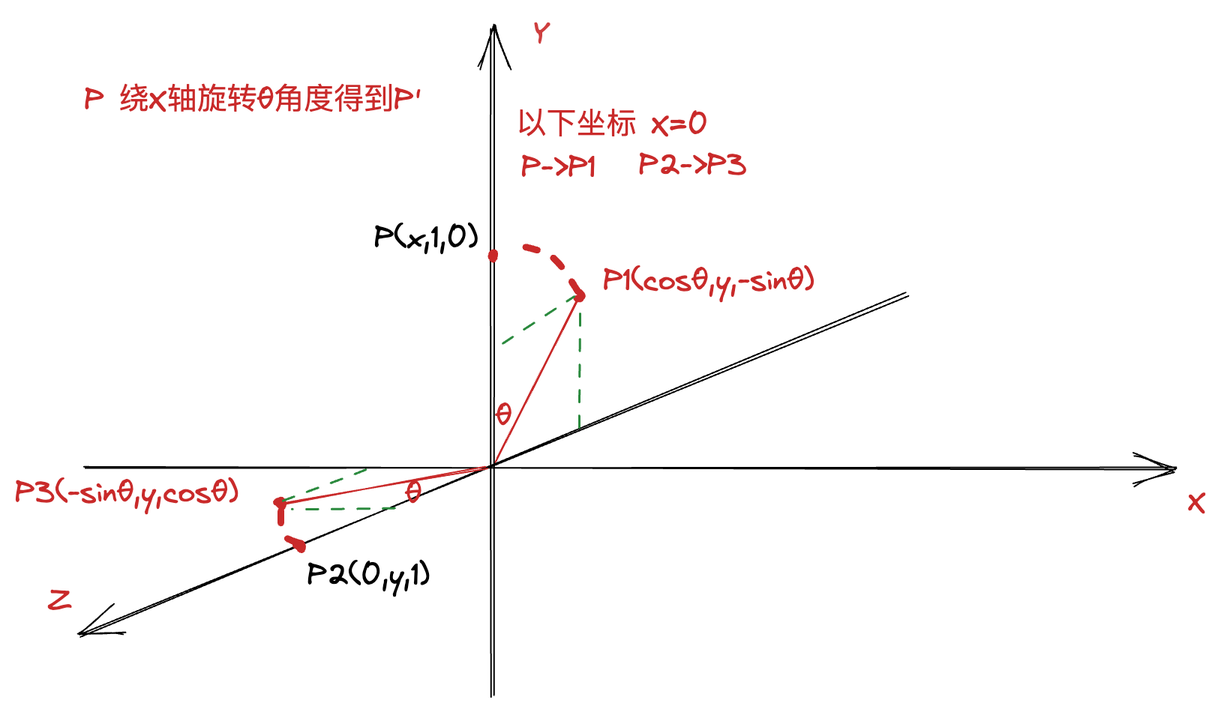
The Excalidraw diagram pa1/doc/右手坐标系_P绕Y轴旋转θ得到P'.png in FireHappy/ylq-graphic-learning, before a commit. Source tidied: one line per element, renumbered; positions are measured from the earlier drawing's top-left corner, leaving out a move shared by most shapes.
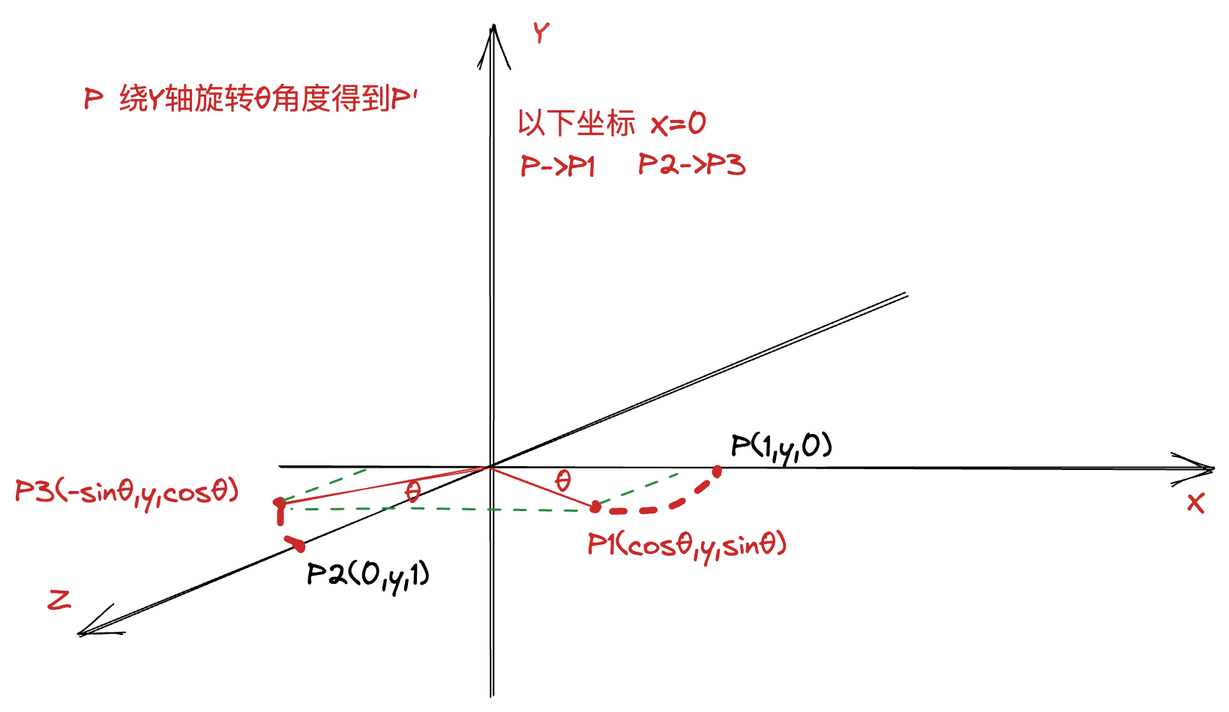
The same file after the commit.

The edit, as a diff of the source:
```diff
@@ -1,28 +1,28 @@
 {"id": 0, "type": "text", "text": "Y", "strokeColor": "#c92a2a", "strokeWidth": 1, "roughness": 1, "opacity": 90, "fontSize": 20, "fontFamily": 1, "x": 346, "y": 0, "width": 10, "height": 25}
-{"id": 1, "type": "arrow", "strokeColor": "#000000", "strokeWidth": 1, "roughness": 1, "endArrowhead": "arrow", "from": 27, "to": 7, "x": 46, "y": 302, "width": 727, "height": 0, "points": [[0, 0], [727, 0]]}
+{"id": 1, "type": "arrow", "strokeColor": "#000000", "strokeWidth": 1, "roughness": 1, "endArrowhead": "arrow", "from": 27, "to": 7, "x": 177, "y": 301, "width": 622, "height": 0, "points": [[0, 0], [622, 0]]}
 {"id": 2, "type": "arrow", "strokeColor": "#000000", "strokeWidth": 1, "roughness": 1, "endArrowhead": "arrow", "x": 318, "y": 455, "width": 0, "height": 447, "points": [[0, 0], [0, -447]]}
 {"id": 3, "type": "arrow", "strokeColor": "#000000", "strokeWidth": 1, "roughness": 1, "endArrowhead": "arrow", "x": 594, "y": 186, "width": 551, "height": 228, "points": [[0, 0], [-551, 228]]}
-{"id": 4, "type": "text", "text": "P(x,1,0)", "strokeColor": "#000000", "strokeWidth": 1, "roughness": 1, "fontSize": 20, "fontFamily": 1, "x": 240, "y": 136, "width": 69, "height": 25}
+{"id": 4, "type": "text", "text": "P(1,y,0)", "strokeColor": "#000000", "strokeWidth": 1, "roughness": 1, "fontSize": 20, "fontFamily": 1, "x": 478, "y": 276, "width": 67, "height": 25}
-{"id": 5, "type": "line", "strokeColor": "#c92a2a", "angle": 1.07, "strokeWidth": 1, "roughness": 1, "x": 383, "y": 293, "width": 70, "height": 101, "points": [[0, 0], [-70, -101]]}
+{"id": 5, "type": "line", "strokeColor": "#c92a2a", "angle": 2.47, "strokeWidth": 1, "roughness": 1, "x": 370, "y": 347, "width": 38, "height": 62, "points": [[0, 0], [-38, -62]]}
 {"id": 6, "type": "text", "text": "Z", "strokeColor": "#c92a2a", "strokeWidth": 1, "roughness": 1, "fontSize": 20, "fontFamily": 1, "x": 22, "y": 378, "width": 16, "height": 25}
 {"id": 7, "type": "text", "text": "X", "strokeColor": "#c92a2a", "strokeWidth": 1, "roughness": 1, "fontSize": 20, "fontFamily": 1, "x": 782, "y": 313, "width": 12, "height": 25}
-{"id": 8, "type": "freedraw", "strokeColor": "#c92a2a", "strokeWidth": 1, "roughness": 1, "x": 318, "y": 160, "width": 3, "height": 5, "points": [[0, 0], [0, 0], [-1, 0], [0, -1], [2, -2], [2, -2], [2, -1], [2, 0], [2, 0], [2, 0], [2, 1], [2, 1], [2, 1], [1, 0], [1, -1], [2, -1], [2, 0], [1, 2], [1, 2], [1, 2], [1, 3], [0, 3], [0, 3], [0, 3]]}
+{"id": 8, "type": "freedraw", "strokeColor": "#c92a2a", "strokeWidth": 1, "roughness": 1, "x": 468, "y": 304, "width": 3, "height": 5, "points": [[0, 0], [0, 0], [-1, 0], [0, -1], [2, -2], [2, -2], [2, -1], [2, 0], [2, 0], [2, 0], [2, 1], [2, 1], [2, 1], [1, 0], [1, -1], [2, -1], [2, 0], [1, 2], [1, 2], [1, 2], [1, 3], [0, 3], [0, 3], [0, 3]]}
 {"id": 9, "type": "freedraw", "strokeColor": "#c92a2a", "strokeWidth": 1, "roughness": 1, "x": 174, "y": 325, "width": 4, "height": 5, "points": [[0, 0], [0, 0], [0, 0], [1, -1], [2, 0], [2, 0], [2, 0], [2, 1], [2, 1], [2, -1], [3, -2], [4, -2], [4, 1], [4, 3], [3, 3], [3, 3], [2, 1], [2, -1], [3, 0], [3, 1], [3, 2], [2, 1], [2, 0], [2, -1]]}
 {"id": 10, "type": "line", "strokeColor": "#2b8a3e", "strokeWidth": 1, "strokeStyle": "dashed", "roughness": 2, "x": 254, "y": 329, "width": 70, "height": 0, "points": [[0, 0], [-70, 0]]}
-{"id": 11, "type": "line", "strokeColor": "#2b8a3e", "angle": 1.57, "strokeWidth": 1, "strokeStyle": "dashed", "roughness": 1, "x": 422, "y": 231, "width": 90, "height": 0, "points": [[0, 0], [-90, 0]]}
+{"id": 11, "type": "line", "strokeColor": "#2b8a3e", "angle": 1.57, "strokeWidth": 1, "strokeStyle": "dashed", "roughness": 1, "x": 426, "y": 342, "width": 21, "height": 52, "points": [[0, 0], [-21, -52]]}
 {"id": 12, "type": "line", "strokeColor": "#c92a2a", "strokeWidth": 1, "roughness": 1, "x": 315, "y": 303, "width": 135, "height": 23, "points": [[0, 0], [-135, 23]]}
-{"id": 13, "type": "text", "text": "P1(cosθ,y,-sinθ)", "strokeColor": "#c92a2a", "strokeWidth": 1, "roughness": 1, "fontSize": 20, "fontFamily": 1, "x": 392, "y": 165, "width": 141, "height": 25}
+{"id": 13, "type": "text", "text": "P1(cosθ,y,sinθ)", "strokeColor": "#c92a2a", "strokeWidth": 1, "roughness": 1, "fontSize": 20, "fontFamily": 1, "x": 382, "y": 341, "width": 132, "height": 25}
-{"id": 14, "type": "text", "text": "θ", "strokeColor": "#c92a2a", "strokeWidth": 1, "roughness": 1, "fontSize": 20, "fontFamily": 1, "x": 320, "y": 256, "width": 11, "height": 25}
+{"id": 14, "type": "text", "text": "θ", "strokeColor": "#c92a2a", "strokeWidth": 1, "roughness": 1, "fontSize": 20, "fontFamily": 1, "x": 360, "y": 300, "width": 11, "height": 25}
 {"id": 15, "type": "text", "text": "θ", "strokeColor": "#c92a2a", "strokeWidth": 1, "roughness": 1, "fontSize": 20, "fontFamily": 1, "x": 260, "y": 307, "width": 11, "height": 25}
 {"id": 16, "type": "line", "strokeColor": "#2b8a3e", "strokeWidth": 1, "strokeStyle": "dashed", "roughness": 1, "x": 233, "y": 303, "width": 59, "height": 23, "points": [[0, 0], [-59, 23]]}
 {"id": 17, "type": "text", "text": "P2(0,y,1)", "strokeColor": "#000000", "strokeWidth": 1, "roughness": 1, "fontSize": 20, "fontFamily": 1, "x": 195, "y": 362, "width": 81, "height": 25}
-{"id": 18, "type": "ellipse", "strokeColor": "#c92a2a", "strokeWidth": 4, "strokeStyle": "dashed", "roughness": 1, "x": 373, "y": 185, "width": 6, "height": 4}
+{"id": 18, "type": "ellipse", "strokeColor": "#c92a2a", "strokeWidth": 4, "strokeStyle": "dashed", "roughness": 1, "x": 384, "y": 325, "width": 6, "height": 4}
 {"id": 19, "type": "text", "text": "以下坐标 X=0", "strokeColor": "#c92a2a", "strokeWidth": 4, "strokeStyle": "dashed", "roughness": 1, "fontSize": 20, "fontFamily": 1, "x": 334, "y": 58, "width": 128, "height": 29}
-{"id": 20, "type": "line", "strokeColor": "#c92a2a", "angle": 2.56, "strokeWidth": 4, "strokeStyle": "dashed", "roughness": 1, "x": 178, "y": 410, "width": 8, "height": 24, "points": [[0, -54], [8, -66], [1, -78]]}
+{"id": 20, "type": "line", "strokeColor": "#c92a2a", "angle": 2.56, "strokeWidth": 4, "strokeStyle": "dashed", "roughness": 1, "x": 178, "y": 356, "width": 8, "height": 24, "points": [[0, 0], [8, -12], [1, -24]]}
-{"id": 21, "type": "text", "text": "P 绕X轴旋转θ角度得到P'", "strokeColor": "#c92a2a", "strokeWidth": 4, "strokeStyle": "dashed", "roughness": 1, "fontSize": 20, "fontFamily": 1, "x": 46, "y": 42, "width": 225, "height": 29}
+{"id": 21, "type": "text", "text": "P 绕Y轴旋转θ角度得到P'", "strokeColor": "#c92a2a", "strokeWidth": 4, "strokeStyle": "dashed", "roughness": 1, "fontSize": 20, "fontFamily": 1, "x": 46, "y": 42, "width": 223, "height": 29}
 {"id": 22, "type": "text", "text": "P->P1", "strokeColor": "#c92a2a", "strokeWidth": 4, "strokeStyle": "dashed", "roughness": 1, "fontSize": 20, "fontFamily": 1, "x": 338, "y": 89, "width": 50, "height": 25}
 {"id": 23, "type": "text", "text": "P2->P3", "strokeColor": "#c92a2a", "strokeWidth": 4, "strokeStyle": "dashed", "roughness": 1, "fontSize": 20, "fontFamily": 1, "x": 416, "y": 88, "width": 72, "height": 25}
-{"id": 24, "type": "line", "strokeColor": "#2b8a3e", "angle": 0.86, "strokeWidth": 1, "strokeStyle": "dashed", "roughness": 1, "x": 347, "y": 232, "width": 6, "height": 56, "points": [[0, 0], [6, -56]]}
+{"id": 24, "type": "line", "strokeColor": "#2b8a3e", "angle": 2.42, "strokeWidth": 1, "strokeStyle": "dashed", "roughness": 1, "x": 369, "y": 370, "width": 90, "height": 79, "points": [[0, 0], [-90, -79]]}
 {"id": 25, "type": "freedraw", "strokeColor": "#c92a2a", "strokeWidth": 1, "roughness": 1, "x": 187, "y": 354, "width": 4, "height": 5, "points": [[0, 0], [0, 0], [0, 0], [1, -1], [2, 0], [2, 0], [2, 0], [2, 1], [2, 1], [2, -1], [3, -2], [4, -2], [4, 1], [4, 3], [3, 3], [3, 3], [2, 1], [2, -1], [3, 0], [3, 1], [3, 2], [2, 1], [2, 0], [2, -1]]}
-{"id": 26, "type": "line", "strokeColor": "#c92a2a", "angle": 5.33, "strokeWidth": 4, "strokeStyle": "dashed", "roughness": 1, "x": 352, "y": 216, "width": 9, "height": 55, "points": [[0, -23], [9, -51], [1, -78]]}
+{"id": 26, "type": "line", "strokeColor": "#c92a2a", "angle": 1.23, "strokeWidth": 4, "strokeStyle": "dashed", "roughness": 1, "x": 430, "y": 341, "width": 10, "height": 75, "points": [[0, 20], [10, -18], [1, -55]]}
 {"id": 27, "type": "text", "text": "P3(-sinθ,y,cosθ)", "strokeColor": "#c92a2a", "strokeWidth": 1, "roughness": 1, "fontSize": 20, "fontFamily": 1, "x": 0, "y": 306, "width": 149, "height": 25}
```
